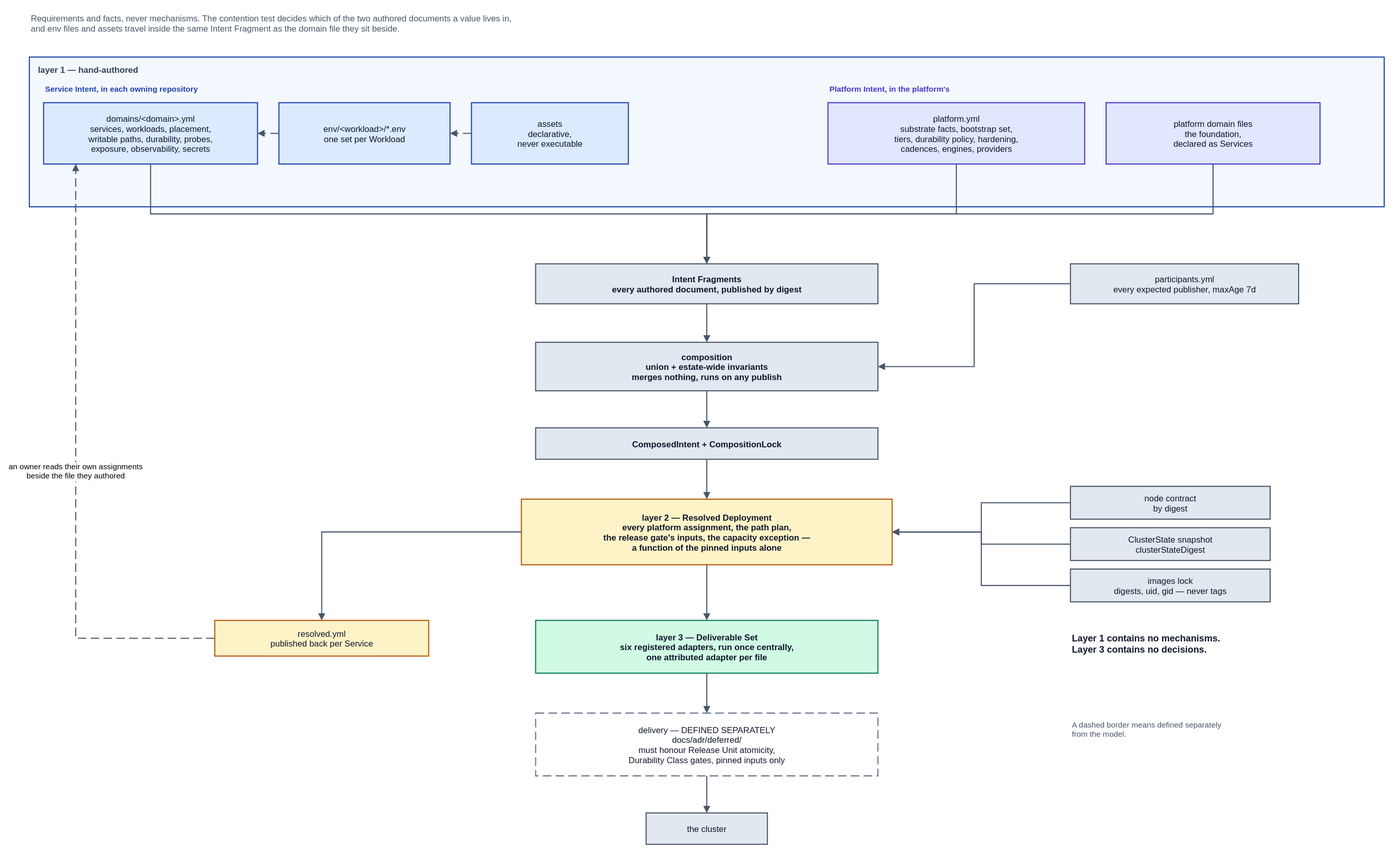
Before: spec/v1/diagrams/00-overview-meta-model.drawio.svg, a diagram exported from draw.io (JorisJonkers-dev/deploy-kit). Source tidied: cells renumbered, new cells last; positions are measured from the earlier drawing's top-left corner, leaving out a move shared by most shapes.
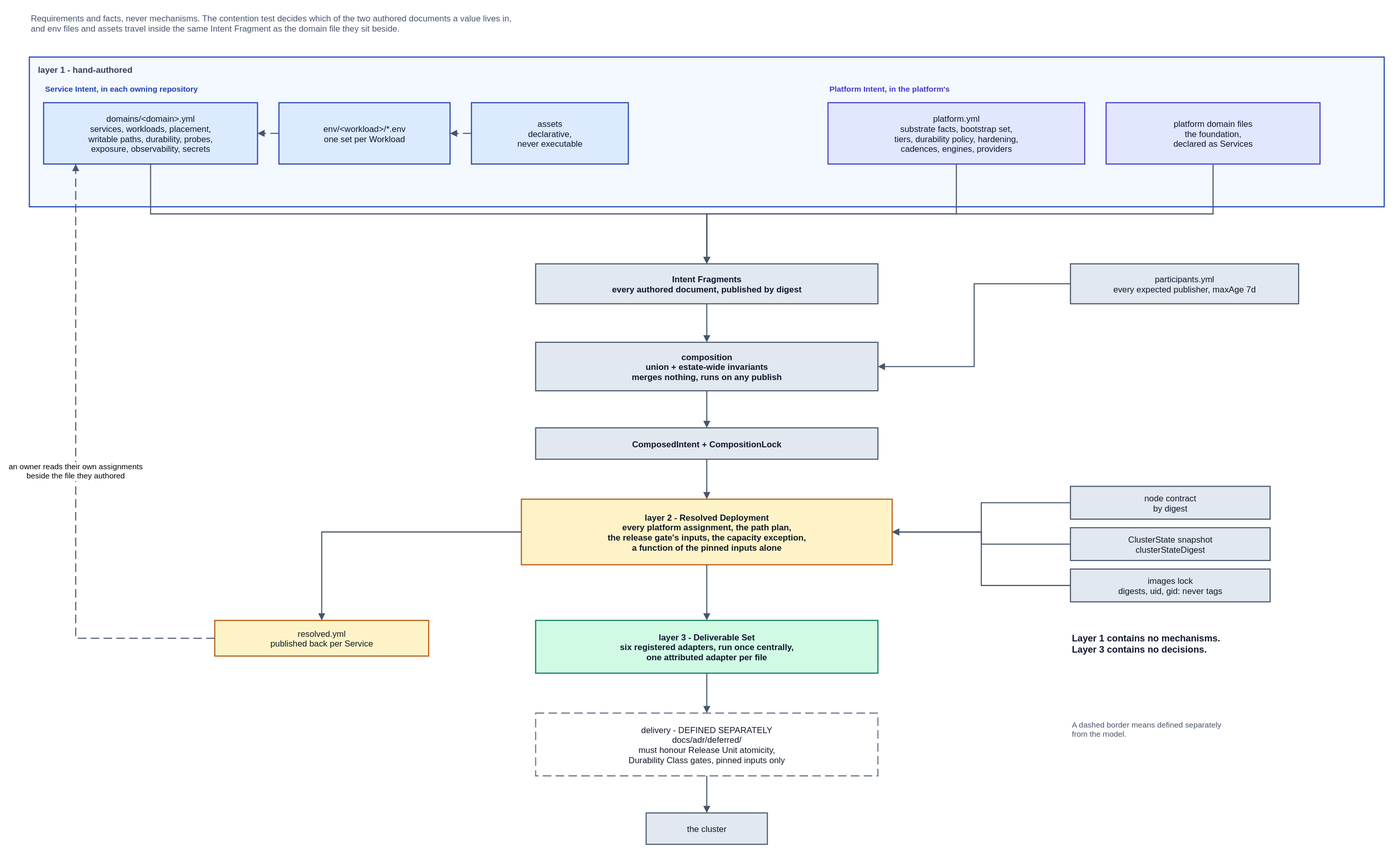
After the commit.

Diff of the diagram source:
```diff
@@ -2,7 +2,7 @@
   <root>
     <mxCell id="0" />
     <mxCell id="1" parent="0" />
-    <mxCell id="2" value="layer 1  —  hand-authored" style="rounded=0;whiteSpace=nowrap;html=0;fillColor=#f4f8ff;strokeColor=#1e40af;strokeWidth=1.5;verticalAlign=top;align=left;spacingLeft=10;spacingTop=4;fontStyle=1;fontSize=12;fontFamily=Helvetica;fontColor=#334155;" parent="1" vertex="1">
+    <mxCell id="2" value="layer 1 - hand-authored" style="rounded=0;whiteSpace=nowrap;html=0;fillColor=#f4f8ff;strokeColor=#1e40af;strokeWidth=1.5;verticalAlign=top;align=left;spacingLeft=10;spacingTop=4;fontStyle=1;fontSize=12;fontFamily=Helvetica;fontColor=#334155;" parent="1" vertex="1">
       <mxGeometry y="70" width="1900" height="210" as="geometry" />
     </mxCell>
     <mxCell id="3" value="Requirements and facts, never mechanisms. The contention test decides which of the two authored documents a value lives in,&#10;and env files and assets travel inside the same Intent Fragment as the domain file they sit beside." style="text;html=0;strokeColor=none;fillColor=none;align=left;verticalAlign=middle;fontFamily=Helvetica;fontSize=12;fontColor=#475569;" parent="1" vertex="1">
@@ -47,7 +47,7 @@
     <mxCell id="16" value="ComposedIntent  +  CompositionLock" style="rounded=0;whiteSpace=nowrap;html=0;align=center;verticalAlign=middle;fillColor=#e2e8f0;strokeColor=#475569;strokeWidth=1.5;fontFamily=Helvetica;fontSize=12;fontColor=#0f172a;fontStyle=1;" parent="1" vertex="1">
       <mxGeometry x="710" y="590" width="480" height="44" as="geometry" />
     </mxCell>
-    <mxCell id="17" value="layer 2  —  Resolved Deployment&#10;every platform assignment, the path plan,&#10;the release gate's inputs, the capacity exception —&#10;a function of the pinned inputs alone" style="rounded=0;whiteSpace=nowrap;html=0;align=center;verticalAlign=middle;fillColor=#fef3c7;strokeColor=#b45309;strokeWidth=1.5;fontFamily=Helvetica;fontSize=12;fontColor=#0f172a;fontStyle=1;" parent="1" vertex="1">
+    <mxCell id="17" value="layer 2 - Resolved Deployment&#10;every platform assignment, the path plan,&#10;the release gate's inputs, the capacity exception,&#10;a function of the pinned inputs alone" style="rounded=0;whiteSpace=nowrap;html=0;align=center;verticalAlign=middle;fillColor=#fef3c7;strokeColor=#b45309;strokeWidth=1.5;fontFamily=Helvetica;fontSize=12;fontColor=#0f172a;fontStyle=1;" parent="1" vertex="1">
       <mxGeometry x="690" y="690" width="520" height="92" as="geometry" />
     </mxCell>
     <mxCell id="18" value="node contract&#10;by digest" style="rounded=0;whiteSpace=nowrap;html=0;align=center;verticalAlign=middle;fillColor=#e2e8f0;strokeColor=#475569;strokeWidth=1.5;fontFamily=Helvetica;fontSize=12;fontColor=#0f172a;" parent="1" vertex="1">
@@ -56,16 +56,16 @@
     <mxCell id="19" value="ClusterState snapshot&#10;clusterStateDigest" style="rounded=0;whiteSpace=nowrap;html=0;align=center;verticalAlign=middle;fillColor=#e2e8f0;strokeColor=#475569;strokeWidth=1.5;fontFamily=Helvetica;fontSize=12;fontColor=#0f172a;" parent="1" vertex="1">
       <mxGeometry x="1460" y="730" width="280" height="46" as="geometry" />
     </mxCell>
-    <mxCell id="20" value="images lock&#10;digests, uid, gid — never tags" style="rounded=0;whiteSpace=nowrap;html=0;align=center;verticalAlign=middle;fillColor=#e2e8f0;strokeColor=#475569;strokeWidth=1.5;fontFamily=Helvetica;fontSize=12;fontColor=#0f172a;" parent="1" vertex="1">
+    <mxCell id="20" value="images lock&#10;digests, uid, gid: never tags" style="rounded=0;whiteSpace=nowrap;html=0;align=center;verticalAlign=middle;fillColor=#e2e8f0;strokeColor=#475569;strokeWidth=1.5;fontFamily=Helvetica;fontSize=12;fontColor=#0f172a;" parent="1" vertex="1">
       <mxGeometry x="1460" y="788" width="280" height="46" as="geometry" />
     </mxCell>
     <mxCell id="21" value="resolved.yml&#10;published back per Service" style="rounded=0;whiteSpace=nowrap;html=0;align=center;verticalAlign=middle;fillColor=#fef3c7;strokeColor=#b45309;strokeWidth=1.5;fontFamily=Helvetica;fontSize=12;fontColor=#0f172a;" parent="1" vertex="1">
       <mxGeometry x="260" y="860" width="300" height="50" as="geometry" />
     </mxCell>
-    <mxCell id="22" value="layer 3  —  Deliverable Set&#10;six registered adapters, run once centrally,&#10;one attributed adapter per file" style="rounded=0;whiteSpace=nowrap;html=0;align=center;verticalAlign=middle;fillColor=#d1fae5;strokeColor=#047857;strokeWidth=1.5;fontFamily=Helvetica;fontSize=12;fontColor=#0f172a;fontStyle=1;" parent="1" vertex="1">
+    <mxCell id="22" value="layer 3 - Deliverable Set&#10;six registered adapters, run once centrally,&#10;one attributed adapter per file" style="rounded=0;whiteSpace=nowrap;html=0;align=center;verticalAlign=middle;fillColor=#d1fae5;strokeColor=#047857;strokeWidth=1.5;fontFamily=Helvetica;fontSize=12;fontColor=#0f172a;fontStyle=1;" parent="1" vertex="1">
       <mxGeometry x="710" y="860" width="480" height="74" as="geometry" />
     </mxCell>
-    <mxCell id="23" value="delivery  —  DEFINED SEPARATELY&#10;docs/adr/deferred/&#10;must honour Release Unit atomicity,&#10;Durability Class gates, pinned inputs only" style="rounded=0;whiteSpace=nowrap;html=0;align=center;verticalAlign=middle;fillColor=#ffffff;strokeColor=#64748b;strokeWidth=1.5;fontFamily=Helvetica;fontSize=12;fontColor=#0f172a;dashed=1;dashPattern=8 4;" parent="1" vertex="1">
+    <mxCell id="23" value="delivery - DEFINED SEPARATELY&#10;docs/adr/deferred/&#10;must honour Release Unit atomicity,&#10;Durability Class gates, pinned inputs only" style="rounded=0;whiteSpace=nowrap;html=0;align=center;verticalAlign=middle;fillColor=#ffffff;strokeColor=#64748b;strokeWidth=1.5;fontFamily=Helvetica;fontSize=12;fontColor=#0f172a;dashed=1;dashPattern=8 4;" parent="1" vertex="1">
       <mxGeometry x="710" y="990" width="480" height="88" as="geometry" />
     </mxCell>
     <mxCell id="24" value="the cluster" style="rounded=0;whiteSpace=nowrap;html=0;align=center;verticalAlign=middle;fillColor=#e2e8f0;strokeColor=#475569;strokeWidth=1.5;fontFamily=Helvetica;fontSize=12;fontColor=#0f172a;" parent="1" vertex="1">
```
